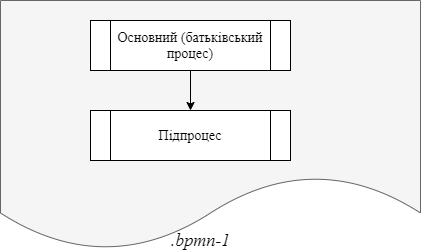
Earlier version of the draw.io export modules/registry-develop/images/bp-modeling/bp/subprocesses/call-activities/call-activity-same-bpmn.png (epam/edp-ddm-architecture). Source tidied: cells renumbered, new cells last; positions are measured from the earlier drawing's top-left corner, leaving out a move shared by most shapes.
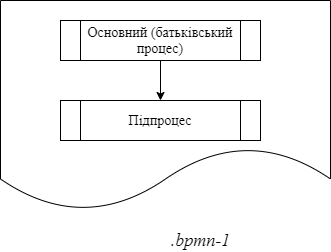
Above is the later version.

Change to the diagram source:
```diff
@@ -2,17 +2,17 @@
   <root>
     <mxCell id="0" />
     <mxCell id="1" parent="0" />
-    <mxCell id="2" style="shape=document;whiteSpace=wrap;html=1;boundedLbl=1;fillColor=#f5f5f5;fontColor=#333333;strokeColor=#666666;" parent="1" vertex="1">
-      <mxGeometry width="420" height="250" as="geometry" />
+    <mxCell id="2" style="shape=document;whiteSpace=wrap;html=1;boundedLbl=1;" parent="1" vertex="1">
+      <mxGeometry width="330" height="210" as="geometry" />
     </mxCell>
     <mxCell id="3" style="edgeStyle=orthogonalEdgeStyle;rounded=0;jettySize=auto;html=1;" parent="1" edge="1" source="4" target="5">
       <mxGeometry relative="1" as="geometry" />
     </mxCell>
     <mxCell id="4" value="&lt;font face=&quot;Times New Roman&quot;&gt;&lt;span style=&quot;font-size: 14px&quot;&gt;Основний (батьківський процес)&lt;/span&gt;&lt;/font&gt;" style="shape=process;whiteSpace=wrap;html=1;backgroundOutline=1;" parent="1" vertex="1">
-      <mxGeometry x="90" y="20" width="200" height="50" as="geometry" />
+      <mxGeometry x="60" y="20" width="200" height="40" as="geometry" />
     </mxCell>
     <mxCell id="5" value="&lt;font face=&quot;Times New Roman&quot; style=&quot;font-size: 14px&quot;&gt;Підпроцес&lt;/font&gt;" style="shape=process;whiteSpace=wrap;html=1;backgroundOutline=1;" parent="1" vertex="1">
-      <mxGeometry x="90" y="110" width="200" height="50" as="geometry" />
+      <mxGeometry x="60" y="100" width="200" height="40" as="geometry" />
     </mxCell>
     <mxCell id="6" value="&lt;font style=&quot;font-size: 18px&quot; face=&quot;Times New Roman&quot;&gt;&lt;i&gt;.bpmn-1&lt;/i&gt;&lt;/font&gt;" style="text;html=1;align=center;verticalAlign=middle;strokeColor=none;fillColor=none;" parent="1" vertex="1">
       <mxGeometry x="165" y="230" width="70" height="20" as="geometry" />
```
